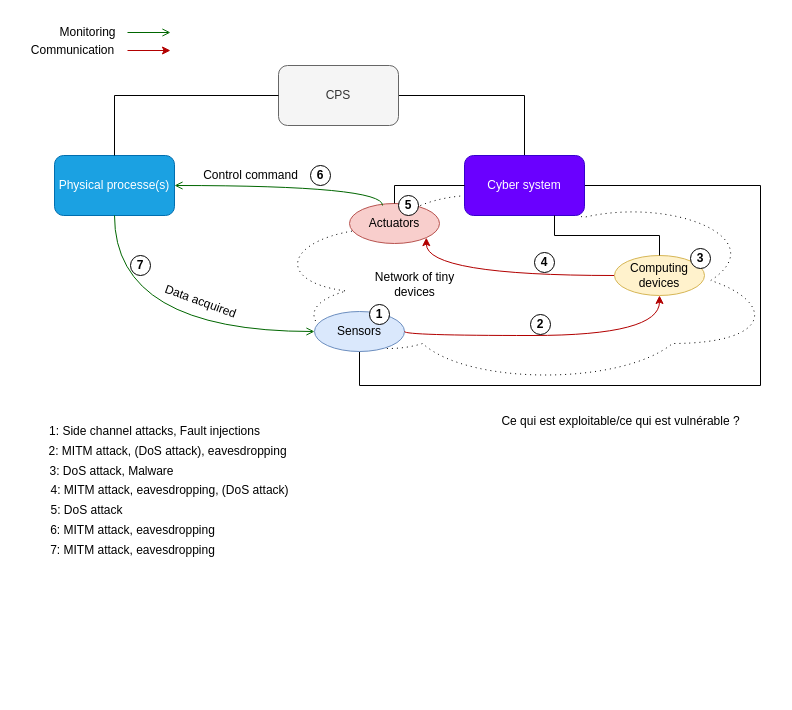
This is page "Page-2" (2 of 2) of Documents/schemas/security_architecture.drawio from Zo-ey/lcis-internship, a draw.io file, before an edit. Source tidied: cells renumbered, new cells numbered last; positions are measured from the earlier drawing's top-left corner, leaving out a move shared by most shapes. Both pictures are drawn from the tidied source at 100%, with x=0, y=0 at pixel (17, 17).
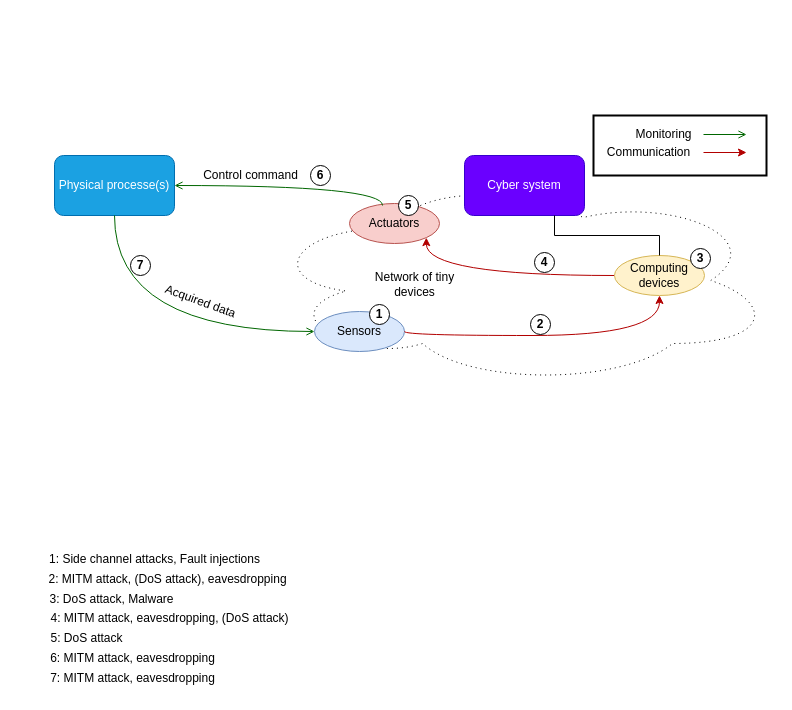
Above is the later version.

Commit message (it also covers changes not shown here):
Update mind map cps

The change refers to these unchanged cells:
```xml
<mxCell id="6" value="Physical processe(s)" style="rounded=1;whiteSpace=wrap;html=1;fillColor=#1ba1e2;strokeColor=#006EAF;fontColor=#ffffff;" parent="1" vertex="1">
  <mxGeometry x="37" y="138" width="120" height="60" as="geometry" />
</mxCell>
<mxCell id="9" value="Cyber system" style="whiteSpace=wrap;html=1;fillColor=#6a00ff;strokeColor=#3700CC;rounded=1;fontColor=#ffffff;" parent="1" vertex="1">
  <mxGeometry x="447" y="138" width="120" height="60" as="geometry" />
</mxCell>
<mxCell id="10" value="Sensors" style="ellipse;whiteSpace=wrap;html=1;fillColor=#dae8fc;strokeColor=#6c8ebf;rounded=1;" parent="1" vertex="1">
  <mxGeometry x="297" y="294" width="90" height="40" as="geometry" />
</mxCell>
<mxCell id="11" value="Actuators" style="ellipse;whiteSpace=wrap;html=1;fillColor=#f8cecc;strokeColor=#b85450;rounded=1;" parent="1" vertex="1">
  <mxGeometry x="332" y="186" width="90" height="40" as="geometry" />
</mxCell>
```

What changed in the source:
```diff
@@
-    <mxCell id="4" style="rounded=0;jettySize=auto;html=1;endArrow=none;endFill=0;" parent="1" edge="1" source="5" target="9">
-      <mxGeometry relative="1" as="geometry">
-        <Array as="points">
-          <mxPoint x="507" y="78" />
-        </Array>
-      </mxGeometry>
-    </mxCell>
-    <mxCell id="5" value="CPS" style="rounded=1;whiteSpace=wrap;html=1;fillColor=#f5f5f5;fontColor=#333333;strokeColor=#666666;" parent="1" vertex="1">
-      <mxGeometry x="261" y="48" width="120" height="60" as="geometry" />
-    </mxCell>
@@
-    <mxCell id="7" style="endArrow=none;html=1;rounded=0;entryX=0;entryY=0.5;entryDx=0;entryDy=0;exitX=0.5;exitY=0;exitDx=0;exitDy=0;" parent="1" edge="1" source="6" target="5">
-      <mxGeometry relative="1" as="geometry">
-        <Array as="points">
-          <mxPoint x="97" y="78" />
-        </Array>
-      </mxGeometry>
-    </mxCell>
-    <mxCell id="8" style="edgeStyle=orthogonalEdgeStyle;rounded=0;jettySize=auto;html=1;endArrow=none;endFill=0;exitX=1;exitY=0.5;exitDx=0;exitDy=0;entryX=0.5;entryY=1;entryDx=0;entryDy=0;" parent="1" edge="1" source="9" target="10">
-      <mxGeometry relative="1" as="geometry">
-        <Array as="points">
-          <mxPoint x="743" y="168" />
-          <mxPoint x="743" y="368" />
-          <mxPoint x="342" y="368" />
-        </Array>
-      </mxGeometry>
-    </mxCell>
@@
-    <mxCell id="14" style="edgeStyle=orthogonalEdgeStyle;rounded=0;jettySize=auto;html=1;endArrow=none;endFill=0;exitX=0;exitY=0.5;exitDx=0;exitDy=0;entryX=0.5;entryY=0;entryDx=0;entryDy=0;" parent="1" edge="1" source="9" target="11">
-      <mxGeometry relative="1" as="geometry">
-        <Array as="points">
-          <mxPoint x="377" y="168" />
-        </Array>
-      </mxGeometry>
-    </mxCell>
@@
     <mxCell id="20" value="Monitoring" style="text;html=1;align=center;verticalAlign=middle;points=[];strokeColor=none;fillColor=none;rotation=0;" parent="1" vertex="1">
-      <mxGeometry x="30" width="80" height="30" as="geometry" />
+      <mxGeometry x="606" y="102" width="80" height="30" as="geometry" />
     </mxCell>
     <mxCell id="21" value="Communication" style="text;html=1;align=center;verticalAlign=middle;points=[];strokeColor=none;fillColor=none;" parent="1" vertex="1">
-      <mxGeometry y="18" width="110" height="30" as="geometry" />
+      <mxGeometry x="576" y="120" width="110" height="30" as="geometry" />
     </mxCell>
-    <mxCell id="22" value="Data acquired" style="text;html=1;align=center;verticalAlign=middle;strokeColor=none;fillColor=none;rotation=20;" parent="1" vertex="1">
+    <mxCell id="22" value="Acquired data" style="text;html=1;align=center;verticalAlign=middle;strokeColor=none;fillColor=none;rotation=20;" parent="1" vertex="1">
       <mxGeometry x="133" y="269" width="100" height="30" as="geometry" />
     </mxCell>
     <mxCell id="23" style="rounded=0;jettySize=auto;html=1;endArrow=open;endFill=0;fillColor=#e51400;strokeColor=#006600;" parent="1" edge="1" source="20">
       <mxGeometry relative="1" as="geometry">
-        <mxPoint x="153" y="15" as="targetPoint" />
+        <mxPoint x="729" y="117" as="targetPoint" />
       </mxGeometry>
     </mxCell>
     <mxCell id="24" style="rounded=0;jettySize=auto;html=1;endArrow=classic;endFill=1;fillColor=#e51400;strokeColor=#B20000;" parent="1" edge="1" source="21">
       <mxGeometry relative="1" as="geometry">
-        <mxPoint x="153" y="33" as="targetPoint" />
+        <mxPoint x="729" y="135" as="targetPoint" />
       </mxGeometry>
     </mxCell>
@@
     <mxCell id="31" value="1: Side channel attacks, Fault injections" style="text;html=1;align=center;verticalAlign=middle;strokeColor=none;fillColor=none;" parent="1" vertex="1">
-      <mxGeometry x="22" y="399" width="230" height="30" as="geometry" />
+      <mxGeometry x="22" y="527" width="230" height="30" as="geometry" />
     </mxCell>
@@
     <mxCell id="33" value="2: MITM attack, (DoS attack), eavesdropping" style="text;html=1;align=center;verticalAlign=middle;strokeColor=none;fillColor=none;" parent="1" vertex="1">
-      <mxGeometry x="20" y="419" width="260" height="30" as="geometry" />
+      <mxGeometry x="20" y="547" width="260" height="30" as="geometry" />
     </mxCell>
     <mxCell id="34" value="3: DoS attack, Malware" style="text;html=1;align=center;verticalAlign=middle;strokeColor=none;fillColor=none;" parent="1" vertex="1">
-      <mxGeometry x="19" y="439" width="150" height="30" as="geometry" />
+      <mxGeometry x="19" y="567" width="150" height="30" as="geometry" />
     </mxCell>
     <mxCell id="35" value="4: MITM attack, eavesdropping, (DoS attack)" style="text;html=1;align=center;verticalAlign=middle;strokeColor=none;fillColor=none;" parent="1" vertex="1">
-      <mxGeometry x="22" y="458" width="260" height="30" as="geometry" />
+      <mxGeometry x="22" y="586" width="260" height="30" as="geometry" />
     </mxCell>
     <mxCell id="36" value="5: DoS attack" style="text;html=1;align=center;verticalAlign=middle;strokeColor=none;fillColor=none;" parent="1" vertex="1">
-      <mxGeometry x="19" y="478" width="100" height="30" as="geometry" />
+      <mxGeometry x="19" y="606" width="100" height="30" as="geometry" />
     </mxCell>
     <mxCell id="37" value="6: MITM attack, eavesdropping" style="text;html=1;align=center;verticalAlign=middle;strokeColor=none;fillColor=none;" parent="1" vertex="1">
-      <mxGeometry x="20" y="498" width="190" height="30" as="geometry" />
+      <mxGeometry x="20" y="626" width="190" height="30" as="geometry" />
     </mxCell>
     <mxCell id="38" value="7: MITM attack, eavesdropping" style="text;html=1;align=center;verticalAlign=middle;strokeColor=none;fillColor=none;" parent="1" vertex="1">
-      <mxGeometry x="20" y="518" width="190" height="30" as="geometry" />
+      <mxGeometry x="20" y="646" width="190" height="30" as="geometry" />
     </mxCell>
-    <mxCell id="39" value="Ce qui est exploitable/ce qui est vulnérable ?" style="text;html=1;align=center;verticalAlign=middle;strokeColor=none;fillColor=none;" parent="1" vertex="1">
-      <mxGeometry x="473" y="389" width="260" height="30" as="geometry" />
-    </mxCell>
+    <mxCell id="40" style="rounded=0;whiteSpace=wrap;html=1;fillColor=none;strokeWidth=2;" parent="1" vertex="1">
+      <mxGeometry x="576" y="98" width="173" height="60" as="geometry" />
+    </mxCell>
```
